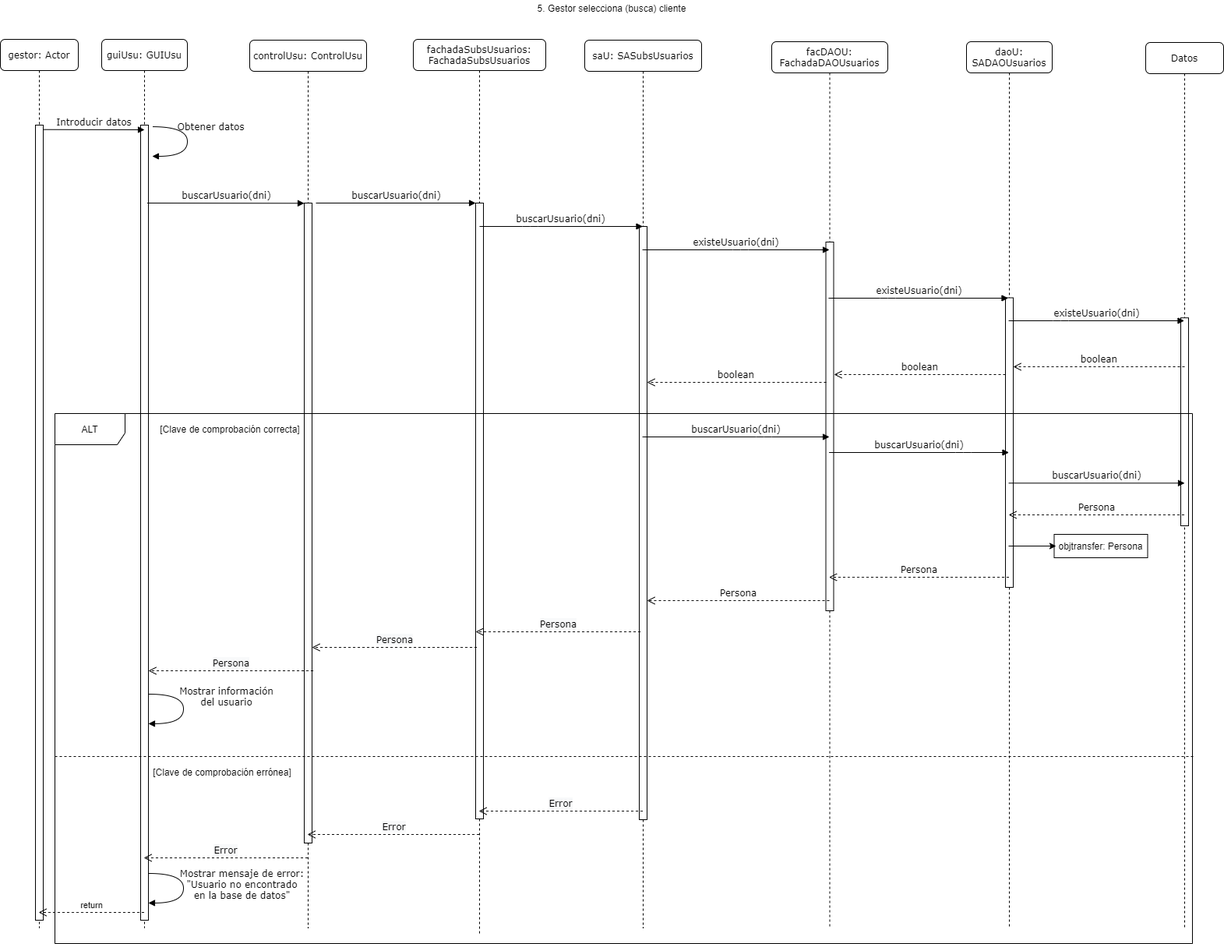
Above: docs/diagramas_gui_y_secuencias/images/gestor_selecciona_cliente_consultar_5.png in ALK222/BanqueoIS2 (draw.io), before the change. Source tidied: cells renumbered, new cells last; positions are measured from the earlier drawing's top-left corner, leaving out a move shared by most shapes.
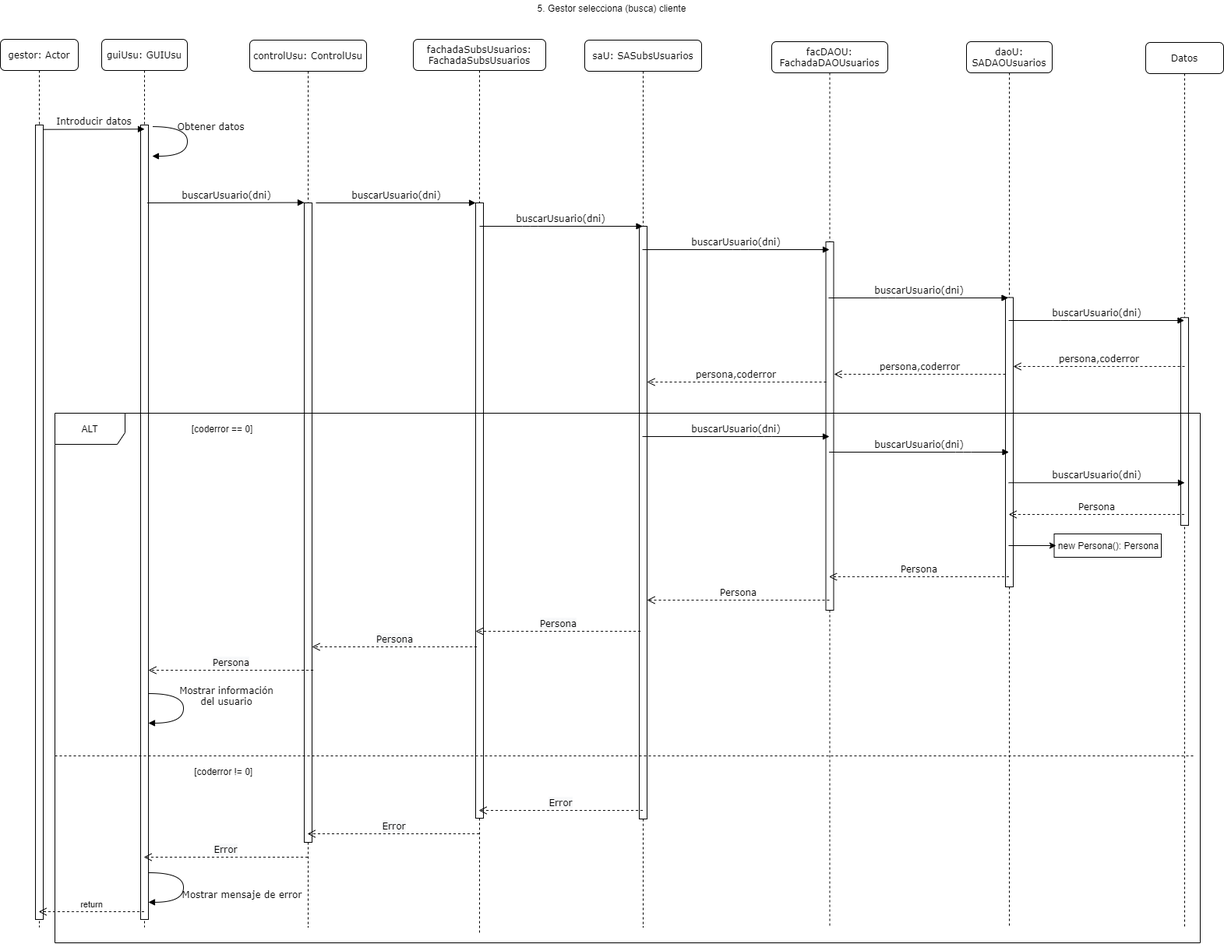
The same diagram one commit later.

What changed in the source:
```diff
@@ -93,7 +93,7 @@
         </Array>
       </mxGeometry>
     </mxCell>
-    <mxCell id="24" value="existeUsuario(dni)" style="html=1;verticalAlign=bottom;endArrow=block;labelBackgroundColor=none;fontFamily=Verdana;fontSize=12;edgeStyle=elbowEdgeStyle;elbow=vertical;" parent="1" edge="1" source="8" target="10">
+    <mxCell id="24" value="buscarUsuario(dni)" style="html=1;verticalAlign=bottom;endArrow=block;labelBackgroundColor=none;fontFamily=Verdana;fontSize=12;edgeStyle=elbowEdgeStyle;elbow=vertical;" parent="1" edge="1" source="8" target="10">
       <mxGeometry relative="1" as="geometry">
         <Array as="points">
           <mxPoint x="950" y="320" />
@@ -110,7 +110,7 @@
         </Array>
       </mxGeometry>
     </mxCell>
-    <mxCell id="25" value="existeUsuario(dni)" style="html=1;verticalAlign=bottom;endArrow=block;labelBackgroundColor=none;fontFamily=Verdana;fontSize=12;edgeStyle=elbowEdgeStyle;elbow=vertical;" parent="1" edge="1">
+    <mxCell id="25" value="buscarUsuario(dni)" style="html=1;verticalAlign=bottom;endArrow=block;labelBackgroundColor=none;fontFamily=Verdana;fontSize=12;edgeStyle=elbowEdgeStyle;elbow=vertical;" parent="1" edge="1">
       <mxGeometry relative="1" as="geometry">
         <mxPoint x="1062.9" y="382" as="sourcePoint" />
         <mxPoint x="1293.5" y="382" as="targetPoint" />
@@ -125,7 +125,7 @@
         </Array>
       </mxGeometry>
     </mxCell>
-    <mxCell id="26" value="existeUsuario(dni)" style="html=1;verticalAlign=bottom;endArrow=block;labelBackgroundColor=none;fontFamily=Verdana;fontSize=12;edgeStyle=elbowEdgeStyle;elbow=vertical;" parent="1" edge="1" source="12" target="20">
+    <mxCell id="26" value="buscarUsuario(dni)" style="html=1;verticalAlign=bottom;endArrow=block;labelBackgroundColor=none;fontFamily=Verdana;fontSize=12;edgeStyle=elbowEdgeStyle;elbow=vertical;" parent="1" edge="1" source="12" target="20">
       <mxGeometry relative="1" as="geometry">
         <Array as="points">
           <mxPoint x="1361" y="411" />
@@ -135,28 +135,28 @@
         </Array>
       </mxGeometry>
     </mxCell>
-    <mxCell id="27" value="boolean" style="html=1;verticalAlign=bottom;endArrow=open;dashed=1;endSize=8;labelBackgroundColor=none;fontFamily=Verdana;fontSize=12;" parent="1" edge="1">
+    <mxCell id="27" value="persona,coderror" style="html=1;verticalAlign=bottom;endArrow=open;dashed=1;endSize=8;labelBackgroundColor=none;fontFamily=Verdana;fontSize=12;" parent="1" edge="1">
       <mxGeometry relative="1" as="geometry">
         <mxPoint x="1520" y="470" as="sourcePoint" />
         <mxPoint x="1300" y="470" as="targetPoint" />
       </mxGeometry>
     </mxCell>
-    <mxCell id="28" value="boolean" style="html=1;verticalAlign=bottom;endArrow=open;dashed=1;endSize=8;labelBackgroundColor=none;fontFamily=Verdana;fontSize=12;" parent="1" edge="1">
+    <mxCell id="28" value="persona,coderror" style="html=1;verticalAlign=bottom;endArrow=open;dashed=1;endSize=8;labelBackgroundColor=none;fontFamily=Verdana;fontSize=12;" parent="1" edge="1">
       <mxGeometry relative="1" as="geometry">
         <mxPoint x="1290" y="480" as="sourcePoint" />
         <mxPoint x="1070" y="480" as="targetPoint" />
       </mxGeometry>
     </mxCell>
-    <mxCell id="29" value="boolean" style="html=1;verticalAlign=bottom;endArrow=open;dashed=1;endSize=8;labelBackgroundColor=none;fontFamily=Verdana;fontSize=12;" parent="1" edge="1">
+    <mxCell id="29" value="persona,coderror" style="html=1;verticalAlign=bottom;endArrow=open;dashed=1;endSize=8;labelBackgroundColor=none;fontFamily=Verdana;fontSize=12;" parent="1" edge="1">
       <mxGeometry relative="1" as="geometry">
         <mxPoint x="1060" y="490" as="sourcePoint" />
         <mxPoint x="830" y="490" as="targetPoint" />
       </mxGeometry>
     </mxCell>
     <mxCell id="30" value="ALT" style="shape=umlFrame;whiteSpace=wrap;html=1;width=90;height=40;" parent="1" vertex="1">
-      <mxGeometry x="70" y="530" width="1460" height="680" as="geometry" />
+      <mxGeometry x="70" y="530" width="1470" height="680" as="geometry" />
     </mxCell>
-    <mxCell id="31" value="Mostrar mensaje de error:&lt;br&gt;&quot;Usuario no encontrado&lt;br&gt;en la base de datos&quot;" style="html=1;verticalAlign=bottom;endArrow=block;labelBackgroundColor=none;fontFamily=Verdana;fontSize=12;elbow=vertical;edgeStyle=orthogonalEdgeStyle;curved=1;entryX=1;entryY=0.286;entryPerimeter=0;exitX=1.038;exitY=0.345;exitPerimeter=0;" parent="1" edge="1">
+    <mxCell id="31" value="Mostrar mensaje de error" style="html=1;verticalAlign=bottom;endArrow=block;labelBackgroundColor=none;fontFamily=Verdana;fontSize=12;elbow=vertical;edgeStyle=orthogonalEdgeStyle;curved=1;entryX=1;entryY=0.286;entryPerimeter=0;exitX=1.038;exitY=0.345;exitPerimeter=0;" parent="1" edge="1">
       <mxGeometry x="0.29" y="75" relative="1" as="geometry">
         <mxPoint x="190.4" y="1120" as="sourcePoint" />
         <mxPoint x="190" y="1157.9" as="targetPoint" />
@@ -167,8 +167,8 @@
         <mxPoint x="75" y="-75" as="offset" />
       </mxGeometry>
     </mxCell>
-    <mxCell id="32" value="[Clave de comprobación correcta]" style="text;html=1;strokeColor=none;fillColor=none;align=center;verticalAlign=middle;whiteSpace=wrap;rounded=0;" parent="1" vertex="1">
-      <mxGeometry x="200" y="540" width="190" height="20" as="geometry" />
+    <mxCell id="32" value="[coderror == 0]" style="text;html=1;strokeColor=none;fillColor=none;align=center;verticalAlign=middle;whiteSpace=wrap;rounded=0;" parent="1" vertex="1">
+      <mxGeometry x="190" y="540" width="190" height="20" as="geometry" />
     </mxCell>
     <mxCell id="33" value="&lt;span style=&quot;font-family: &amp;#34;verdana&amp;#34; ; font-size: 12px ; background-color: rgb(248 , 249 , 250)&quot;&gt;Persona&lt;/span&gt;" style="html=1;verticalAlign=bottom;endArrow=open;dashed=1;endSize=8;entryX=0.488;entryY=0.475;entryDx=0;entryDy=0;entryPerimeter=0;" parent="1" edge="1">
       <mxGeometry relative="1" as="geometry">
@@ -198,14 +198,14 @@
         </Array>
       </mxGeometry>
     </mxCell>
-    <mxCell id="37" value="[Clave de comprobación errónea]" style="text;html=1;strokeColor=none;fillColor=none;align=center;verticalAlign=middle;whiteSpace=wrap;rounded=0;" parent="1" vertex="1">
+    <mxCell id="37" value="&amp;nbsp;[coderror != 0]" style="text;html=1;strokeColor=none;fillColor=none;align=center;verticalAlign=middle;whiteSpace=wrap;rounded=0;" parent="1" vertex="1">
       <mxGeometry x="190" y="980" width="190" height="20" as="geometry" />
     </mxCell>
     <mxCell id="38" style="rounded=0;whiteSpace=wrap;html=1;" parent="1" vertex="1">
-      <mxGeometry x="1352.5" y="685" width="120" height="30" as="geometry" />
+      <mxGeometry x="1352.5" y="685" width="137.5" height="30" as="geometry" />
     </mxCell>
-    <mxCell id="39" value="objtransfer: Persona" style="text;html=1;strokeColor=none;fillColor=none;align=center;verticalAlign=middle;whiteSpace=wrap;rounded=0;" parent="1" vertex="1">
-      <mxGeometry x="1355" y="690" width="115" height="20" as="geometry" />
+    <mxCell id="39" value="new Persona(): Persona" style="text;html=1;strokeColor=none;fillColor=none;align=center;verticalAlign=middle;whiteSpace=wrap;rounded=0;" parent="1" vertex="1">
+      <mxGeometry x="1355" y="690" width="135" height="20" as="geometry" />
     </mxCell>
     <mxCell id="40" style="endArrow=classic;html=1;entryX=0;entryY=0.5;entryDx=0;entryDy=0;" parent="1" edge="1" target="39">
       <mxGeometry relative="1" as="geometry">
```
